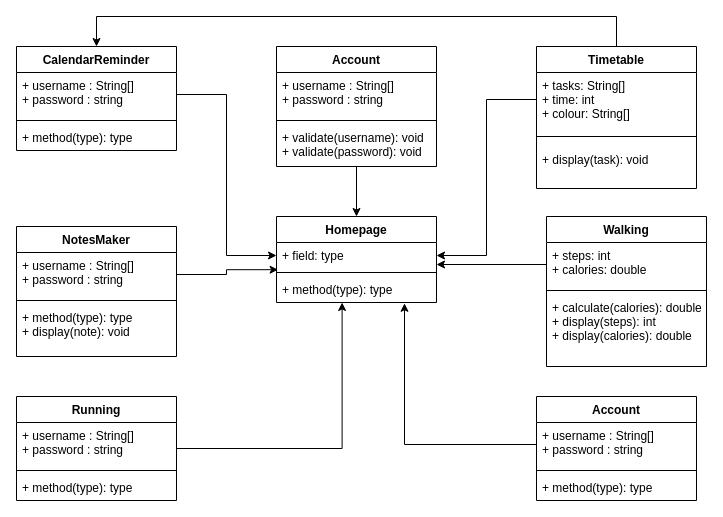
The draw.io diagram classAshisu.drawio in FaizAnuar/ashisu, before the edit. Source tidied: cells renumbered, new cells numbered last; positions are measured from the earlier drawing's top-left corner, leaving out a move shared by most shapes. Both pictures are drawn from the tidied source at 100%, with x=0, y=0 at pixel (16, 16).
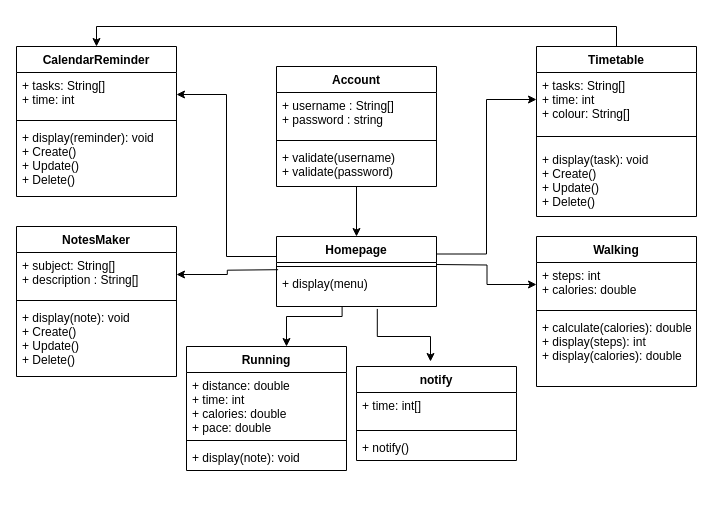
After the change.

The change refers to these unchanged cells:
```xml
<mxCell id="12" value="+ tasks: String[]&#10;+ time: int&#10;+ colour: String[]&#10;" style="text;strokeColor=none;fillColor=none;align=left;verticalAlign=top;spacingLeft=4;spacingRight=4;overflow=hidden;points=[[0,0.5],[1,0.5]];portConstraint=eastwest;" parent="11" vertex="1">
  <mxGeometry y="26" width="160" height="54" as="geometry" />
</mxCell>
<mxCell id="25" value="+ steps: int&#10;+ calories: double" style="text;strokeColor=none;fillColor=none;align=left;verticalAlign=top;spacingLeft=4;spacingRight=4;overflow=hidden;points=[[0,0.5],[1,0.5]];portConstraint=eastwest;" parent="24" vertex="1">
  <mxGeometry y="26" width="160" height="44" as="geometry" />
</mxCell>
```

Diff of the diagram source:
```diff
@@
     <mxCell id="3" value="Account" style="swimlane;fontStyle=1;align=center;verticalAlign=top;horizontal=1;startSize=26;" parent="1" vertex="1">
-      <mxGeometry x="260" y="30" width="160" height="120" as="geometry" />
+      <mxGeometry x="260" y="50" width="160" height="120" as="geometry" />
     </mxCell>
@@
-    <mxCell id="6" value="+ validate(username): void&#10;+ validate(password): void&#10;" style="text;strokeColor=none;fillColor=none;align=left;verticalAlign=top;spacingLeft=4;spacingRight=4;overflow=hidden;" parent="3" vertex="1">
+    <mxCell id="6" value="+ validate(username)&#10;+ validate(password)&#10;" style="text;strokeColor=none;fillColor=none;align=left;verticalAlign=top;spacingLeft=4;spacingRight=4;overflow=hidden;" parent="3" vertex="1">
       <mxGeometry y="78" width="160" height="42" as="geometry" />
     </mxCell>
     <mxCell id="7" value="Homepage" style="swimlane;fontStyle=1;align=center;verticalAlign=top;horizontal=1;startSize=26;" parent="1" vertex="1">
-      <mxGeometry x="260" y="200" width="160" height="86" as="geometry" />
+      <mxGeometry x="260" y="220" width="160" height="70" as="geometry" />
     </mxCell>
-    <mxCell id="8" value="+ field: type" style="text;strokeColor=none;fillColor=none;align=left;verticalAlign=top;spacingLeft=4;spacingRight=4;overflow=hidden;points=[[0,0.5],[1,0.5]];portConstraint=eastwest;" parent="7" vertex="1">
-      <mxGeometry y="26" width="160" height="26" as="geometry" />
-    </mxCell>
     <mxCell id="9" style="line;strokeWidth=1;fillColor=none;align=left;verticalAlign=middle;spacingTop=-1;spacingLeft=3;spacingRight=3;labelPosition=right;" parent="7" vertex="1">
-      <mxGeometry y="52" width="160" height="8" as="geometry" />
+      <mxGeometry y="26" width="160" height="8" as="geometry" />
     </mxCell>
-    <mxCell id="10" value="+ method(type): type" style="text;strokeColor=none;fillColor=none;align=left;verticalAlign=top;spacingLeft=4;spacingRight=4;overflow=hidden;points=[[0,0.5],[1,0.5]];portConstraint=eastwest;" parent="7" vertex="1">
-      <mxGeometry y="60" width="160" height="26" as="geometry" />
+    <mxCell id="10" value="+ display(menu)" style="text;strokeColor=none;fillColor=none;align=left;verticalAlign=top;spacingLeft=4;spacingRight=4;overflow=hidden;points=[[0,0.5],[1,0.5]];portConstraint=eastwest;" parent="7" vertex="1">
+      <mxGeometry y="34" width="160" height="36" as="geometry" />
     </mxCell>
     <mxCell id="11" value="Timetable" style="swimlane;fontStyle=1;align=center;verticalAlign=top;horizontal=1;startSize=26;" parent="1" vertex="1">
-      <mxGeometry x="520" y="30" width="160" height="142" as="geometry" />
+      <mxGeometry x="520" y="30" width="160" height="170" as="geometry" />
     </mxCell>
@@
-    <mxCell id="14" value="+ display(task): void" style="text;strokeColor=none;fillColor=none;align=left;verticalAlign=top;spacingLeft=4;spacingRight=4;overflow=hidden;" parent="11" vertex="1">
-      <mxGeometry y="100" width="160" height="42" as="geometry" />
+    <mxCell id="14" value="+ display(task): void&#10;+ Create()&#10;+ Update()&#10;+ Delete()&#10;" style="text;strokeColor=none;fillColor=none;align=left;verticalAlign=top;spacingLeft=4;spacingRight=4;overflow=hidden;" parent="11" vertex="1">
+      <mxGeometry y="100" width="160" height="70" as="geometry" />
     </mxCell>
-    <mxCell id="15" style="edgeStyle=orthogonalEdgeStyle;rounded=0;jettySize=auto;html=1;entryX=0.41;entryY=1;entryDx=0;entryDy=0;entryPerimeter=0;" parent="1" edge="1" source="16" target="10">
+    <mxCell id="15" style="edgeStyle=orthogonalEdgeStyle;rounded=0;jettySize=auto;html=1;entryX=0.41;entryY=1;entryDx=0;entryDy=0;entryPerimeter=0;startArrow=classic;startFill=1;endArrow=none;endFill=0;" parent="1" edge="1" source="16" target="10">
       <mxGeometry relative="1" as="geometry">
         <Array as="points">
-          <mxPoint x="326" y="432" />
+          <mxPoint x="270" y="300" />
+          <mxPoint x="326" y="300" />
         </Array>
       </mxGeometry>
     </mxCell>
     <mxCell id="16" value="Running" style="swimlane;fontStyle=1;align=center;verticalAlign=top;horizontal=1;startSize=26;" parent="1" vertex="1">
-      <mxGeometry y="380" width="160" height="104" as="geometry" />
+      <mxGeometry x="170" y="330" width="160" height="124" as="geometry" />
     </mxCell>
-    <mxCell id="17" value="+ username : String[]&#10;+ password : string" style="text;strokeColor=none;fillColor=none;align=left;verticalAlign=top;spacingLeft=4;spacingRight=4;overflow=hidden;" parent="16" vertex="1">
-      <mxGeometry y="26" width="160" height="44" as="geometry" />
+    <mxCell id="17" value="+ distance: double&#10;+ time: int&#10;+ calories: double&#10;+ pace: double" style="text;strokeColor=none;fillColor=none;align=left;verticalAlign=top;spacingLeft=4;spacingRight=4;overflow=hidden;" parent="16" vertex="1">
+      <mxGeometry y="26" width="160" height="64" as="geometry" />
     </mxCell>
     <mxCell id="18" style="line;strokeWidth=1;fillColor=none;align=left;verticalAlign=middle;spacingTop=-1;spacingLeft=3;spacingRight=3;labelPosition=right;" parent="16" vertex="1">
-      <mxGeometry y="70" width="160" height="8" as="geometry" />
+      <mxGeometry y="90" width="160" height="8" as="geometry" />
     </mxCell>
-    <mxCell id="19" value="+ method(type): type" style="text;strokeColor=none;fillColor=none;align=left;verticalAlign=top;spacingLeft=4;spacingRight=4;overflow=hidden;" parent="16" vertex="1">
-      <mxGeometry y="78" width="160" height="26" as="geometry" />
+    <mxCell id="19" value="+ display(note): void" style="text;strokeColor=none;fillColor=none;align=left;verticalAlign=top;spacingLeft=4;spacingRight=4;overflow=hidden;" parent="16" vertex="1">
+      <mxGeometry y="98" width="160" height="26" as="geometry" />
     </mxCell>
-    <mxCell id="20" value="Account" style="swimlane;fontStyle=1;align=center;verticalAlign=top;horizontal=1;startSize=26;" parent="1" vertex="1">
-      <mxGeometry x="520" y="380" width="160" height="104" as="geometry" />
+    <mxCell id="20" value="notify" style="swimlane;fontStyle=1;align=center;verticalAlign=top;horizontal=1;startSize=26;" parent="1" vertex="1">
+      <mxGeometry x="340" y="350" width="160" height="94" as="geometry" />
     </mxCell>
-    <mxCell id="21" value="+ username : String[]&#10;+ password : string" style="text;strokeColor=none;fillColor=none;align=left;verticalAlign=top;spacingLeft=4;spacingRight=4;overflow=hidden;points=[[0,0.5],[1,0.5]];portConstraint=eastwest;" parent="20" vertex="1">
-      <mxGeometry y="26" width="160" height="44" as="geometry" />
+    <mxCell id="21" value="+ time: int[]&#10;" style="text;strokeColor=none;fillColor=none;align=left;verticalAlign=top;spacingLeft=4;spacingRight=4;overflow=hidden;points=[[0,0.5],[1,0.5]];portConstraint=eastwest;" parent="20" vertex="1">
+      <mxGeometry y="26" width="160" height="34" as="geometry" />
     </mxCell>
     <mxCell id="22" style="line;strokeWidth=1;fillColor=none;align=left;verticalAlign=middle;spacingTop=-1;spacingLeft=3;spacingRight=3;labelPosition=right;" parent="20" vertex="1">
-      <mxGeometry y="70" width="160" height="8" as="geometry" />
+      <mxGeometry y="60" width="160" height="8" as="geometry" />
     </mxCell>
-    <mxCell id="23" value="+ method(type): type" style="text;strokeColor=none;fillColor=none;align=left;verticalAlign=top;spacingLeft=4;spacingRight=4;overflow=hidden;" parent="20" vertex="1">
-      <mxGeometry y="78" width="160" height="26" as="geometry" />
+    <mxCell id="23" value="+ notify()" style="text;strokeColor=none;fillColor=none;align=left;verticalAlign=top;spacingLeft=4;spacingRight=4;overflow=hidden;" parent="20" vertex="1">
+      <mxGeometry y="68" width="160" height="26" as="geometry" />
     </mxCell>
     <mxCell id="24" value="Walking" style="swimlane;fontStyle=1;align=center;verticalAlign=top;horizontal=1;startSize=26;" parent="1" vertex="1">
-      <mxGeometry x="530" y="200" width="160" height="150" as="geometry" />
+      <mxGeometry x="520" y="220" width="160" height="150" as="geometry" />
     </mxCell>
@@
     <mxCell id="28" value="NotesMaker" style="swimlane;fontStyle=1;align=center;verticalAlign=top;horizontal=1;startSize=26;" parent="1" vertex="1">
-      <mxGeometry y="210" width="160" height="130" as="geometry" />
+      <mxGeometry y="210" width="160" height="150" as="geometry" />
     </mxCell>
-    <mxCell id="29" value="+ username : String[]&#10;+ password : string" style="text;strokeColor=none;fillColor=none;align=left;verticalAlign=top;spacingLeft=4;spacingRight=4;overflow=hidden;points=[[0,0.5],[1,0.5]];portConstraint=eastwest;" parent="28" vertex="1">
+    <mxCell id="29" value="+ subject: String[]&#10;+ description : String[]" style="text;strokeColor=none;fillColor=none;align=left;verticalAlign=top;spacingLeft=4;spacingRight=4;overflow=hidden;points=[[0,0.5],[1,0.5]];portConstraint=eastwest;" parent="28" vertex="1">
       <mxGeometry y="26" width="160" height="44" as="geometry" />
     </mxCell>
@@
-    <mxCell id="31" value="+ method(type): type&#10;+ display(note): void" style="text;strokeColor=none;fillColor=none;align=left;verticalAlign=top;spacingLeft=4;spacingRight=4;overflow=hidden;" parent="28" vertex="1">
-      <mxGeometry y="78" width="160" height="52" as="geometry" />
+    <mxCell id="31" value="+ display(note): void&#10;+ Create()&#10;+ Update()&#10;+ Delete()" style="text;strokeColor=none;fillColor=none;align=left;verticalAlign=top;spacingLeft=4;spacingRight=4;overflow=hidden;" parent="28" vertex="1">
+      <mxGeometry y="78" width="160" height="72" as="geometry" />
     </mxCell>
     <mxCell id="32" value="CalendarReminder" style="swimlane;fontStyle=1;align=center;verticalAlign=top;horizontal=1;startSize=26;" parent="1" vertex="1">
-      <mxGeometry y="30" width="160" height="104" as="geometry" />
+      <mxGeometry y="30" width="160" height="150" as="geometry" />
     </mxCell>
-    <mxCell id="33" value="+ username : String[]&#10;+ password : string" style="text;strokeColor=none;fillColor=none;align=left;verticalAlign=top;spacingLeft=4;spacingRight=4;overflow=hidden;points=[[0,0.5],[1,0.5]];portConstraint=eastwest;" parent="32" vertex="1">
+    <mxCell id="33" value="+ tasks: String[]&#10;+ time: int&#10;" style="text;strokeColor=none;fillColor=none;align=left;verticalAlign=top;spacingLeft=4;spacingRight=4;overflow=hidden;points=[[0,0.5],[1,0.5]];portConstraint=eastwest;" parent="32" vertex="1">
       <mxGeometry y="26" width="160" height="44" as="geometry" />
     </mxCell>
@@
-    <mxCell id="35" value="+ method(type): type" style="text;strokeColor=none;fillColor=none;align=left;verticalAlign=top;spacingLeft=4;spacingRight=4;overflow=hidden;" parent="32" vertex="1">
-      <mxGeometry y="78" width="160" height="26" as="geometry" />
+    <mxCell id="35" value="+ display(reminder): void&#10;+ Create()&#10;+ Update()&#10;+ Delete()&#10;" style="text;strokeColor=none;fillColor=none;align=left;verticalAlign=top;spacingLeft=4;spacingRight=4;overflow=hidden;" parent="32" vertex="1">
+      <mxGeometry y="78" width="160" height="72" as="geometry" />
     </mxCell>
-    <mxCell id="36" style="edgeStyle=orthogonalEdgeStyle;rounded=0;jettySize=auto;html=1;entryX=1;entryY=0.5;entryDx=0;entryDy=0;" parent="1" edge="1" source="12" target="8">
-      <mxGeometry relative="1" as="geometry" />
-    </mxCell>
-    <mxCell id="37" style="edgeStyle=orthogonalEdgeStyle;rounded=0;jettySize=auto;html=1;" parent="1" edge="1" source="25">
+    <mxCell id="37" style="edgeStyle=orthogonalEdgeStyle;rounded=0;jettySize=auto;html=1;startArrow=classic;startFill=1;endArrow=none;endFill=0;" parent="1" edge="1" source="25">
       <mxGeometry relative="1" as="geometry">
         <mxPoint x="420" y="248" as="targetPoint" />
       </mxGeometry>
     </mxCell>
-    <mxCell id="38" style="edgeStyle=orthogonalEdgeStyle;rounded=0;jettySize=auto;html=1;entryX=0.8;entryY=1.031;entryDx=0;entryDy=0;entryPerimeter=0;" parent="1" edge="1" source="21" target="10">
-      <mxGeometry relative="1" as="geometry" />
-    </mxCell>
-    <mxCell id="39" style="edgeStyle=orthogonalEdgeStyle;rounded=0;jettySize=auto;html=1;entryX=0;entryY=0.5;entryDx=0;entryDy=0;" parent="1" edge="1" source="33" target="8">
-      <mxGeometry relative="1" as="geometry" />
-    </mxCell>
-    <mxCell id="40" style="edgeStyle=orthogonalEdgeStyle;rounded=0;jettySize=auto;html=1;entryX=0.01;entryY=1.046;entryDx=0;entryDy=0;entryPerimeter=0;" parent="1" edge="1" source="29" target="8">
-      <mxGeometry relative="1" as="geometry" />
+    <mxCell id="40" style="edgeStyle=orthogonalEdgeStyle;rounded=0;jettySize=auto;html=1;entryX=0.01;entryY=1.046;entryDx=0;entryDy=0;entryPerimeter=0;startArrow=classic;startFill=1;endArrow=none;endFill=0;" parent="1" edge="1" source="29">
+      <mxGeometry relative="1" as="geometry">
+        <mxPoint x="261.6" y="253.2" as="targetPoint" />
+      </mxGeometry>
     </mxCell>
     <mxCell id="41" style="edgeStyle=orthogonalEdgeStyle;rounded=0;orthogonalLoop=1;jettySize=auto;html=1;" parent="1" edge="1">
       <mxGeometry relative="1" as="geometry">
         <mxPoint x="600" y="30" as="sourcePoint" />
         <mxPoint x="80" y="30" as="targetPoint" />
         <Array as="points">
-          <mxPoint x="600" />
-          <mxPoint x="80" />
+          <mxPoint x="600" y="10" />
+          <mxPoint x="80" y="10" />
         </Array>
       </mxGeometry>
     </mxCell>
+    <mxCell id="42" style="edgeStyle=orthogonalEdgeStyle;rounded=0;jettySize=auto;html=1;entryX=0.63;entryY=1.067;entryDx=0;entryDy=0;entryPerimeter=0;startArrow=classic;startFill=1;endArrow=none;endFill=0;" parent="1" edge="1" target="10">
+      <mxGeometry relative="1" as="geometry">
+        <mxPoint x="414" y="345" as="sourcePoint" />
+        <Array as="points">
+          <mxPoint x="414" y="320" />
+          <mxPoint x="361" y="320" />
+        </Array>
+      </mxGeometry>
+    </mxCell>
+    <mxCell id="43" style="edgeStyle=orthogonalEdgeStyle;rounded=0;jettySize=auto;html=1;startArrow=classic;startFill=1;endArrow=none;endFill=0;" parent="1" edge="1" source="33">
+      <mxGeometry relative="1" as="geometry">
+        <mxPoint x="260" y="240" as="targetPoint" />
+        <Array as="points">
+          <mxPoint x="210" y="78" />
+          <mxPoint x="210" y="240" />
+          <mxPoint x="260" y="240" />
+        </Array>
+      </mxGeometry>
+    </mxCell>
+    <mxCell id="44" style="edgeStyle=orthogonalEdgeStyle;rounded=0;jettySize=auto;html=1;entryX=1;entryY=0.25;entryDx=0;entryDy=0;startArrow=classic;startFill=1;endArrow=none;endFill=0;" parent="1" edge="1" source="12" target="7">
+      <mxGeometry relative="1" as="geometry" />
+    </mxCell>
```
